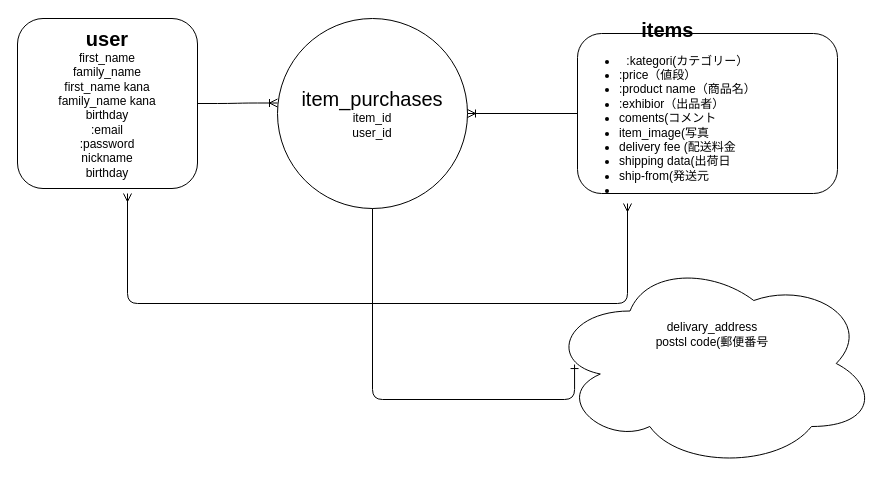
Above: ER.drawio in tosihisamitunaga/furima_28378 (draw.io), before the change. Source tidied: cells renumbered, new cells numbered last; positions are measured from the earlier drawing's top-left corner, leaving out a move shared by most shapes. Both pictures are drawn from the tidied source at 100%, with x=0, y=0 at pixel (17, 18).
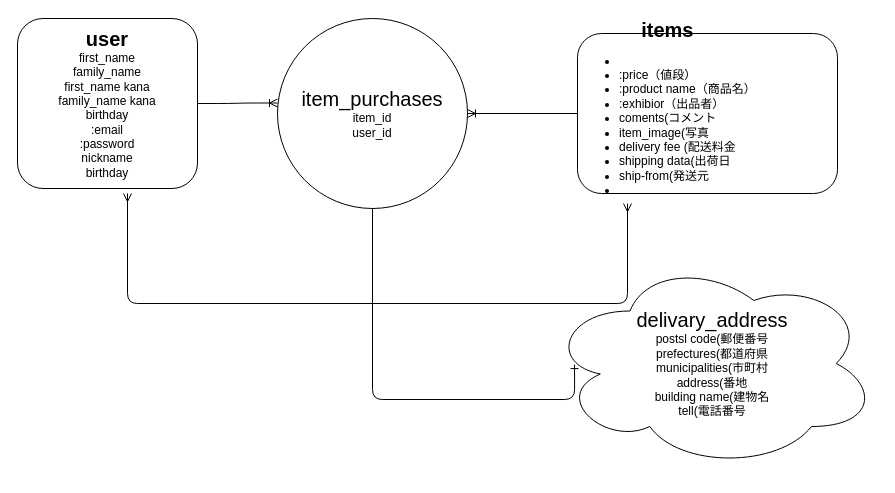
The same diagram, later.

Commit message (it also covers changes not shown here):
テーブル設計　修正３

The edit, as a diff of the source:
```diff
@@
 <mxGraphModel>
   <root>
     <mxCell id="0" />
     <mxCell id="1" parent="0" />
     <mxCell id="2" value="&lt;b style=&quot;font-size: 20px&quot;&gt;user&lt;br&gt;&lt;/b&gt;first_name&lt;br&gt;family_name&lt;br&gt;first_name kana&lt;br&gt;family_name kana&lt;br&gt;birthday&lt;br&gt;:email&lt;br&gt;:password&lt;br&gt;nickname&lt;br&gt;birthday" style="rounded=1;whiteSpace=wrap;html=1;" parent="1" vertex="1">
       <mxGeometry width="180" height="170" as="geometry" />
     </mxCell>
-    <mxCell id="3" value="&lt;span&gt;delivary_address&lt;br&gt;postsl code(郵便番号&lt;br&gt;&lt;br&gt;&lt;br&gt;&lt;br&gt;&lt;br&gt;&lt;/span&gt;" style="ellipse;shape=cloud;whiteSpace=wrap;html=1;" parent="1" vertex="1">
+    <mxCell id="3" value="&lt;span&gt;&lt;br&gt;&lt;br&gt;&lt;br&gt;&lt;br&gt;&lt;font style=&quot;font-size: 20px&quot;&gt;delivary_address&lt;/font&gt;&lt;br&gt;postsl code(郵便番号&lt;br&gt;prefectures(都道府県&lt;br&gt;municipalities(市町村&lt;br&gt;address(番地&lt;br&gt;building name(建物名&lt;br&gt;tell(電話番号&lt;br&gt;&lt;br&gt;&lt;br&gt;&lt;br&gt;&lt;br&gt;&lt;/span&gt;" style="ellipse;shape=cloud;whiteSpace=wrap;html=1;" parent="1" vertex="1">
       <mxGeometry x="530" y="240" width="330" height="210" as="geometry" />
     </mxCell>
-    <mxCell id="4" value="&lt;div style=&quot;text-align: center&quot;&gt;&lt;b&gt;&lt;font style=&quot;font-size: 20px&quot;&gt;items&lt;/font&gt;&lt;/b&gt;&lt;/div&gt;&lt;ul&gt;&lt;li style=&quot;text-align: center&quot;&gt;:kategori(カテゴリー）&lt;/li&gt;&lt;li&gt;:price（値段）&lt;/li&gt;&lt;li&gt;:product name（商品名）&lt;/li&gt;&lt;li&gt;:exhibior（出品者）&lt;/li&gt;&lt;li&gt;coments(コメント&lt;/li&gt;&lt;li&gt;item_image(写真&lt;/li&gt;&lt;li&gt;delivery fee (配送料金&lt;/li&gt;&lt;li&gt;shipping data(出荷日&lt;/li&gt;&lt;li&gt;ship-from(発送元&lt;/li&gt;&lt;li&gt;&lt;br&gt;&lt;/li&gt;&lt;/ul&gt;" style="rounded=1;whiteSpace=wrap;html=1;align=left;" parent="1" vertex="1">
+    <mxCell id="4" value="&lt;div style=&quot;text-align: center&quot;&gt;&lt;b&gt;&lt;font style=&quot;font-size: 20px&quot;&gt;items&lt;/font&gt;&lt;/b&gt;&lt;/div&gt;&lt;ul&gt;&lt;li style=&quot;text-align: center&quot;&gt;&lt;br&gt;&lt;/li&gt;&lt;li&gt;:price（値段）&lt;/li&gt;&lt;li&gt;:product name（商品名）&lt;/li&gt;&lt;li&gt;:exhibior（出品者）&lt;/li&gt;&lt;li&gt;coments(コメント&lt;/li&gt;&lt;li&gt;item_image(写真&lt;/li&gt;&lt;li&gt;delivery fee (配送料金&lt;/li&gt;&lt;li&gt;shipping data(出荷日&lt;/li&gt;&lt;li&gt;ship-from(発送元&lt;/li&gt;&lt;li&gt;&lt;br&gt;&lt;/li&gt;&lt;/ul&gt;" style="rounded=1;whiteSpace=wrap;html=1;align=left;" parent="1" vertex="1">
       <mxGeometry x="560" y="15" width="260" height="160" as="geometry" />
     </mxCell>
     <mxCell id="5" value="&lt;font style=&quot;font-size: 20px&quot;&gt;item_purchases&lt;/font&gt;&lt;br&gt;item_id&lt;br&gt;user_id" style="ellipse;whiteSpace=wrap;html=1;align=center;" parent="1" vertex="1">
       <mxGeometry x="260" width="190" height="190" as="geometry" />
     </mxCell>
     <mxCell id="6" style="fontSize=12;html=1;endArrow=ERoneToMany;" parent="1" edge="1" source="4">
       <mxGeometry relative="1" as="geometry">
         <mxPoint x="450" y="95" as="targetPoint" />
       </mxGeometry>
     </mxCell>
     <mxCell id="7" style="edgeStyle=entityRelationEdgeStyle;fontSize=12;html=1;endArrow=ERoneToMany;" parent="1" edge="1">
       <mxGeometry relative="1" as="geometry">
         <mxPoint x="180" y="85" as="sourcePoint" />
         <mxPoint x="260" y="84.5" as="targetPoint" />
       </mxGeometry>
     </mxCell>
     <mxCell id="8" style="edgeStyle=orthogonalEdgeStyle;fontSize=12;html=1;endArrow=ERmany;startArrow=ERmany;" parent="1" edge="1">
       <mxGeometry relative="1" as="geometry">
         <mxPoint x="110" y="175" as="sourcePoint" />
         <mxPoint x="610" y="185" as="targetPoint" />
         <Array as="points">
           <mxPoint x="110" y="285" />
           <mxPoint x="610" y="285" />
         </Array>
       </mxGeometry>
     </mxCell>
     <mxCell id="9" style="edgeStyle=orthogonalEdgeStyle;fontSize=12;html=1;endArrow=ERone;endFill=1;exitX=0.5;exitY=1;exitDx=0;exitDy=0;entryX=0.082;entryY=0.505;entryDx=0;entryDy=0;entryPerimeter=0;" parent="1" edge="1" source="5" target="3">
       <mxGeometry relative="1" as="geometry">
         <Array as="points">
           <mxPoint x="355" y="381" />
         </Array>
       </mxGeometry>
     </mxCell>
   </root>
 </mxGraphModel>
```
